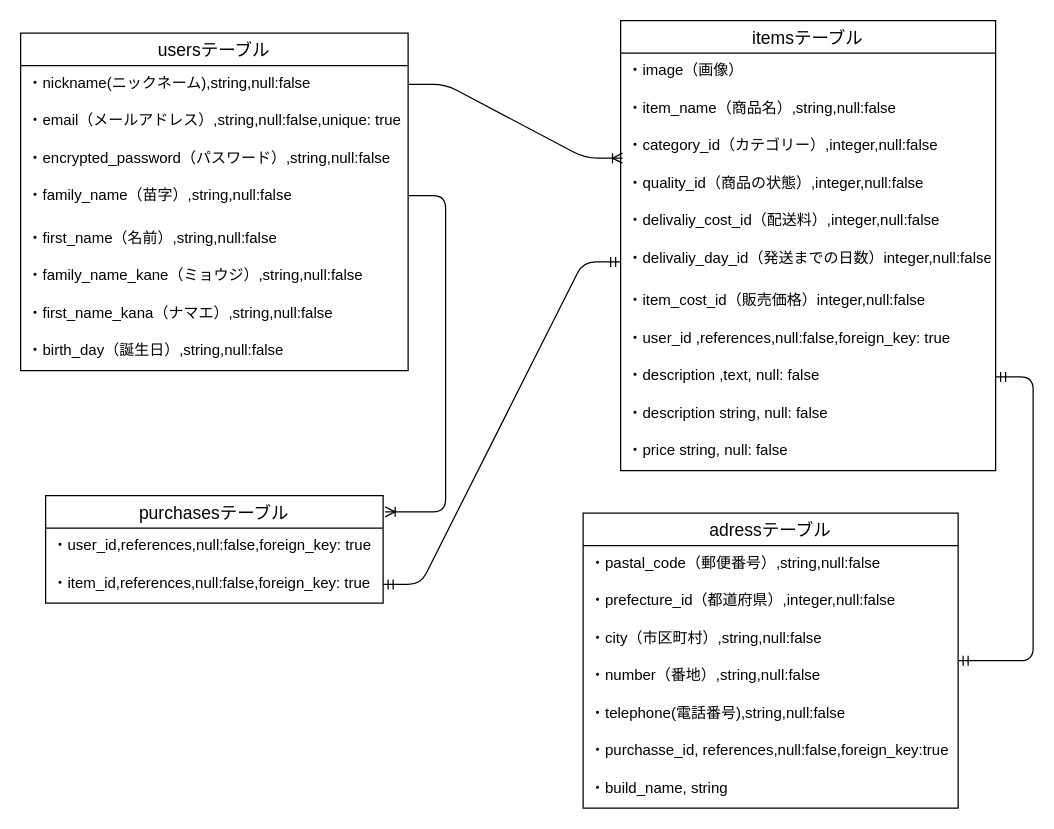
yuta-d/furima-34332 keeps this draw.io diagram as furima.dio. Above is the earlier version. Source tidied: cells renumbered, new cells numbered last; positions are measured from the earlier drawing's top-left corner, leaving out a move shared by most shapes. Both pictures are drawn from the tidied source at 125%, with x=0, y=0 at pixel (20, 20).
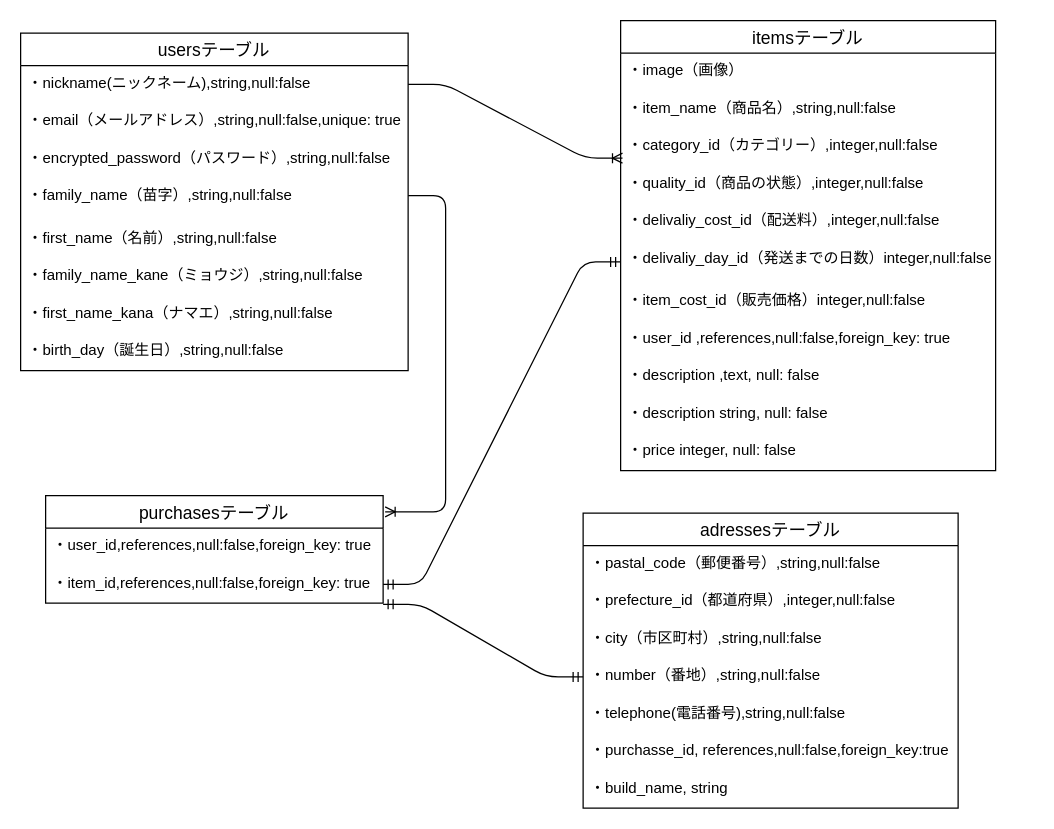
Above is the later version.

Commit message:
データベース設計修正４

The change refers to these unchanged cells:
```xml
<mxCell id="11" value="itemsテーブル" style="swimlane;fontStyle=0;horizontal=1;startSize=26;align=center;fontSize=14;" parent="1" vertex="1">
  <mxGeometry x="480" width="300" height="360" as="geometry" />
</mxCell>
<mxCell id="20" value="・description ,text, null: false" style="text;strokeColor=none;fillColor=none;spacingLeft=4;spacingRight=4;overflow=hidden;points=[[0,0.5],[1,0.5]];portConstraint=eastwest;fontSize=12;" parent="11" vertex="1">
  <mxGeometry y="270" width="300" height="30" as="geometry" />
</mxCell>
<mxCell id="26" value="・item_id,references,null:false,foreign_key: true" style="text;strokeColor=none;fillColor=none;spacingLeft=4;spacingRight=4;overflow=hidden;points=[[0,0.5],[1,0.5]];portConstraint=eastwest;fontSize=12;" parent="24" vertex="1">
  <mxGeometry y="56" width="270" height="30" as="geometry" />
</mxCell>
<mxCell id="32" value="・number（番地）,string,null:false" style="text;strokeColor=none;fillColor=none;spacingLeft=4;spacingRight=4;overflow=hidden;points=[[0,0.5],[1,0.5]];portConstraint=eastwest;fontSize=12;" parent="28" vertex="1">
  <mxGeometry y="116" width="300" height="30" as="geometry" />
</mxCell>
```

Diff of the diagram source:
```diff
@@
-    <mxCell id="22" value="・price string, null: false" style="text;strokeColor=none;fillColor=none;spacingLeft=4;spacingRight=4;overflow=hidden;fontSize=12;" parent="11" vertex="1">
+    <mxCell id="22" value="・price integer, null: false" style="text;strokeColor=none;fillColor=none;spacingLeft=4;spacingRight=4;overflow=hidden;fontSize=12;" parent="11" vertex="1">
       <mxGeometry y="330" width="300" height="30" as="geometry" />
     </mxCell>
@@
-    <mxCell id="28" value="adressテーブル" style="swimlane;fontStyle=0;horizontal=1;startSize=26;align=center;fontSize=14;" parent="1" vertex="1">
+    <mxCell id="28" value="adressesテーブル" style="swimlane;fontStyle=0;horizontal=1;startSize=26;align=center;fontSize=14;" parent="1" vertex="1">
       <mxGeometry x="450" y="394" width="300" height="236" as="geometry" />
     </mxCell>
@@
-    <mxCell id="36" style="edgeStyle=entityRelationEdgeStyle;fontSize=12;html=1;endArrow=ERmandOne;startArrow=ERmandOne;" parent="1" edge="1" source="28" target="20">
-      <mxGeometry relative="1" as="geometry" />
-    </mxCell>
@@
+    <mxCell id="38" style="edgeStyle=entityRelationEdgeStyle;fontSize=12;html=1;endArrow=ERmandOne;startArrow=ERmandOne;exitX=1;exitY=1.033;exitDx=0;exitDy=0;exitPerimeter=0;entryX=0;entryY=0.5;entryDx=0;entryDy=0;" parent="1" edge="1" source="26" target="32">
+      <mxGeometry relative="1" as="geometry" />
+    </mxCell>
```
